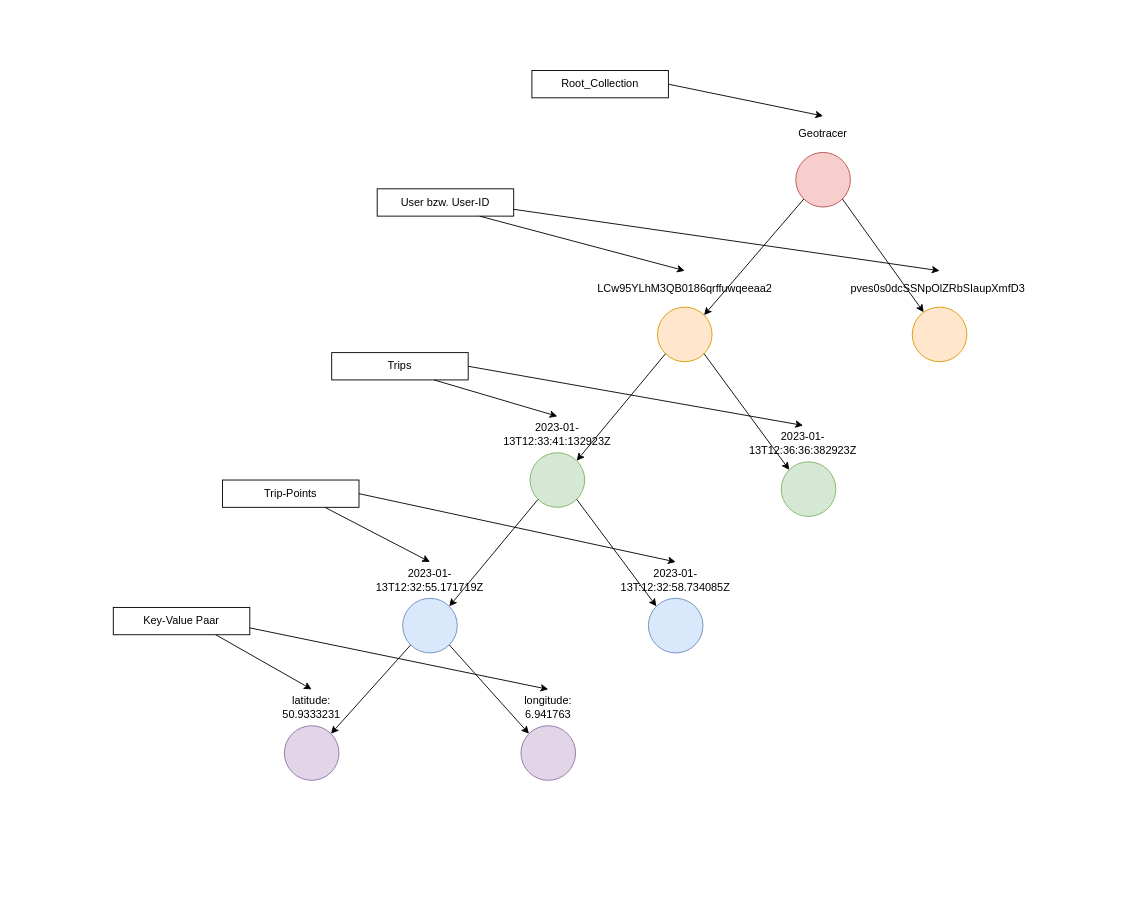
Before: page "Datenmodell" (1 of 2) of datenmodell_mobilesystems.drawio in STK-Students/GeoTracer, a draw.io diagram. Source tidied: cells renumbered, new cells numbered last; positions are measured from the earlier drawing's top-left corner, leaving out a move shared by most shapes. Both pictures are drawn from the tidied source at 91%, with x=0, y=0 at pixel (113, 70).
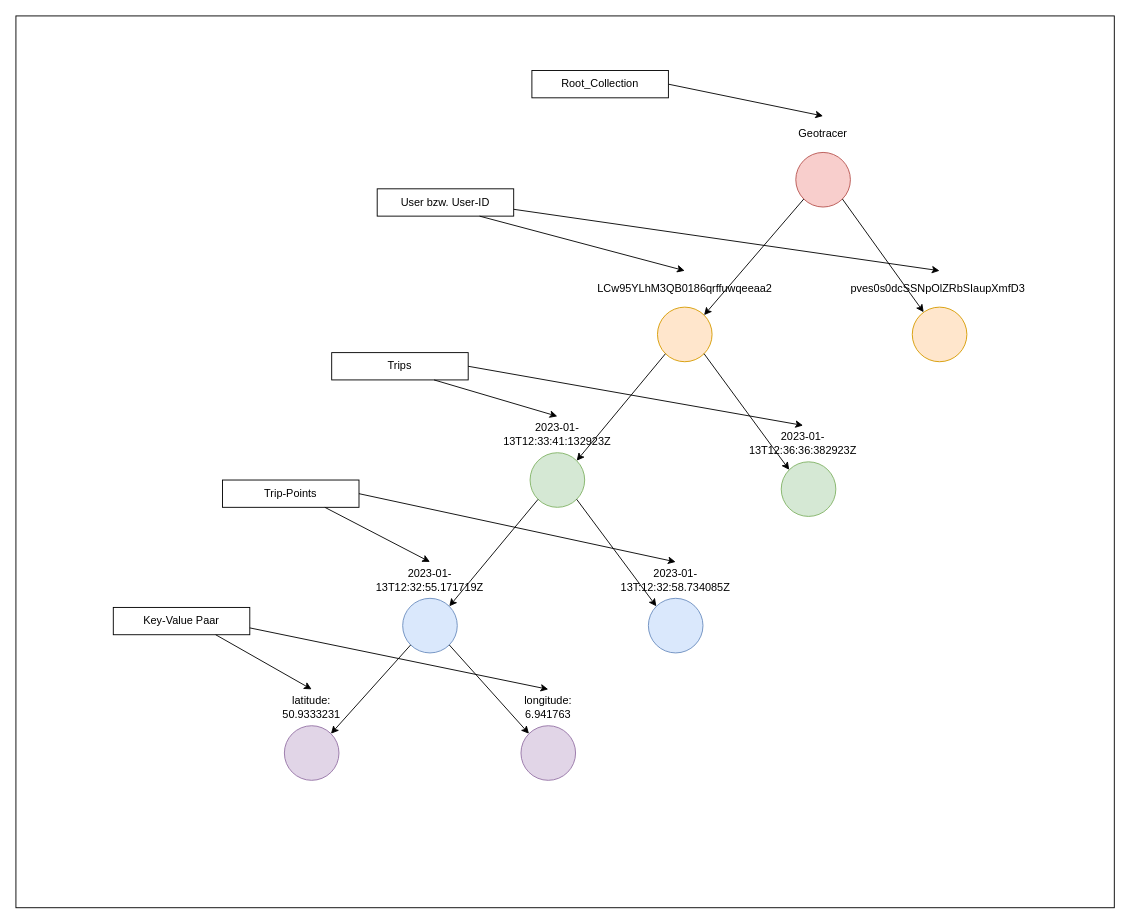
The same diagram, later.

Commit message (it also covers changes not shown here):
Update data model

Diff of the diagram source:
```diff
@@
+    <mxCell id="61" style="rounded=0;whiteSpace=wrap;html=1;" parent="1" vertex="1">
+      <mxGeometry x="-107" y="-60" width="1207" height="980" as="geometry" />
+    </mxCell>
```
